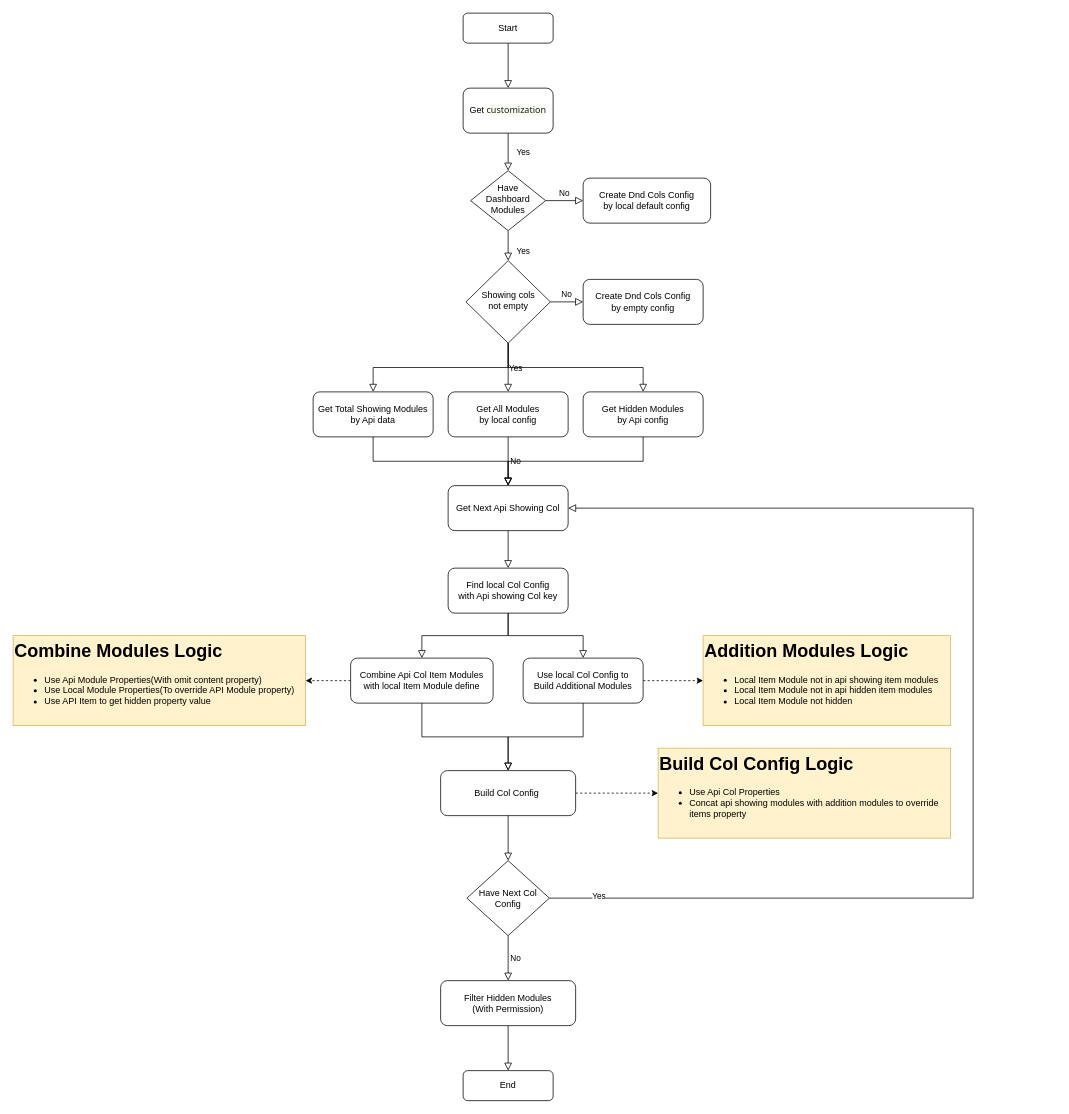
Earlier version of the draw.io diagram Dnd Api Data Combine With Local Config.drawio (SmileSB1O1/draw-active). Source tidied: cells renumbered, new cells numbered last; positions are measured from the earlier drawing's top-left corner, leaving out a move shared by most shapes. Both pictures are drawn from the tidied source at 75%, with x=0, y=0 at pixel (13, 13).
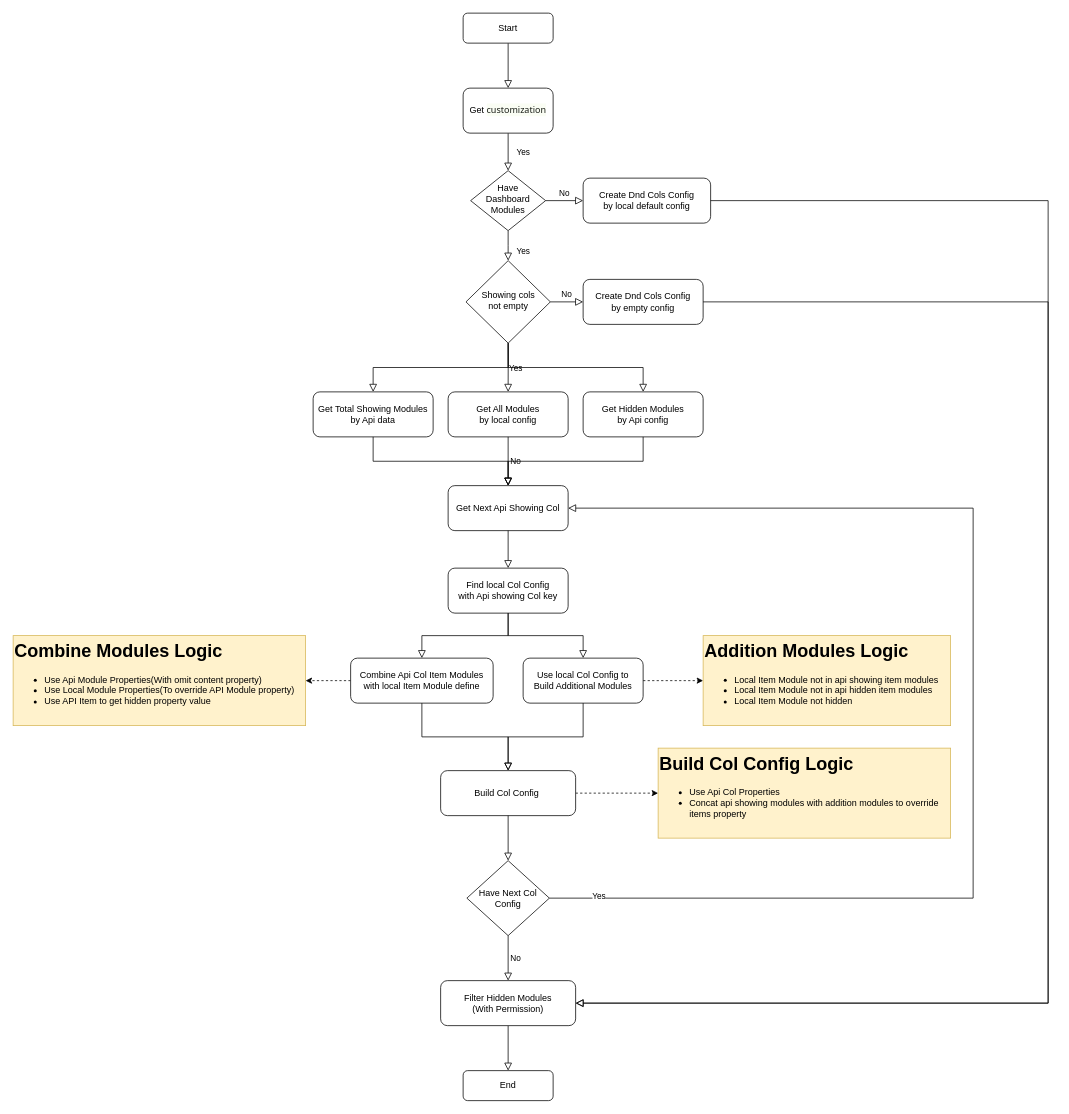
After the change.

Unchanged cells that the change refers to:
```xml
<mxCell id="8" value="Create Dnd Cols Config&lt;div&gt;by local default config&lt;/div&gt;" style="rounded=1;whiteSpace=wrap;html=1;fontSize=12;glass=0;strokeWidth=1;shadow=0;" parent="1" vertex="1">
  <mxGeometry x="760" y="220" width="170" height="60" as="geometry" />
</mxCell>
<mxCell id="11" value="Create Dnd Cols Config&lt;div&gt;by empty config&lt;/div&gt;" style="rounded=1;whiteSpace=wrap;html=1;fontSize=12;glass=0;strokeWidth=1;shadow=0;" parent="1" vertex="1">
  <mxGeometry x="760" y="355" width="160" height="60" as="geometry" />
</mxCell>
<mxCell id="44" value="Filter Hidden Modules&lt;br&gt;(With Permission)" style="rounded=1;whiteSpace=wrap;html=1;" parent="1" vertex="1">
  <mxGeometry x="570" y="1290" width="180" height="60" as="geometry" />
</mxCell>
```

The edit, as a diff of the source:
```diff
@@
+    <mxCell id="46" style="rounded=0;html=1;jettySize=auto;fontSize=11;endArrow=block;endFill=0;endSize=8;strokeWidth=1;shadow=0;labelBackgroundColor=none;edgeStyle=orthogonalEdgeStyle;exitX=1;exitY=0.5;exitDx=0;exitDy=0;entryX=1;entryY=0.5;entryDx=0;entryDy=0;" parent="1" edge="1" source="8" target="44">
+      <mxGeometry relative="1" as="geometry">
+        <Array as="points">
+          <mxPoint x="1380" y="250" />
+          <mxPoint x="1380" y="1320" />
+        </Array>
+      </mxGeometry>
+    </mxCell>
+    <mxCell id="47" style="rounded=0;html=1;jettySize=auto;fontSize=11;endArrow=block;endFill=0;endSize=8;strokeWidth=1;shadow=0;labelBackgroundColor=none;edgeStyle=orthogonalEdgeStyle;exitX=1;exitY=0.5;exitDx=0;exitDy=0;entryX=1;entryY=0.5;entryDx=0;entryDy=0;" parent="1" edge="1" source="11" target="44">
+      <mxGeometry relative="1" as="geometry">
+        <Array as="points">
+          <mxPoint x="1380" y="385" />
+          <mxPoint x="1380" y="1320" />
+        </Array>
+      </mxGeometry>
+    </mxCell>
```
